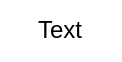
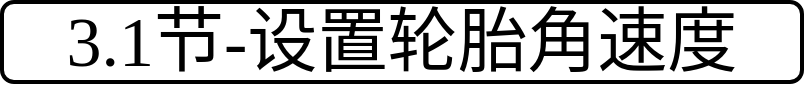
<mxfile host="app.diagrams.net">
  <diagram name="第 1 页" id="GX-yRB2pFLCUUed2IjMN">
    <mxGraphModel dx="1460" dy="894" grid="1" gridSize="10" guides="1" tooltips="1" connect="1" arrows="1" fold="1" page="1" pageScale="1" pageWidth="827" pageHeight="1169" math="0" shadow="0">
      <root>
        <mxCell id="0" />
        <mxCell id="1" parent="0" />
-         <mxCell id="BCiHQ_fQE1cKTeHiKjde-1" parent="1" style="text;html=1;whiteSpace=wrap;strokeColor=none;fillColor=none;align=center;verticalAlign=middle;rounded=0;" value="Text" vertex="1">
-           <mxGeometry height="30" width="60" x="190" y="170" as="geometry" />
+         <mxCell id="XIZ4hkpOC5nF-9Pc7O8C-7" parent="1" style="rounded=1;whiteSpace=wrap;html=1;fontFamily=Comic Sans MS;strokeWidth=2;fontSize=35;" value="3.1节-设置轮胎角速度" vertex="1">
+           <mxGeometry height="40" width="400" x="30" y="50" as="geometry" />
        </mxCell>
      </root>
    </mxGraphModel>
  </diagram>
</mxfile>
